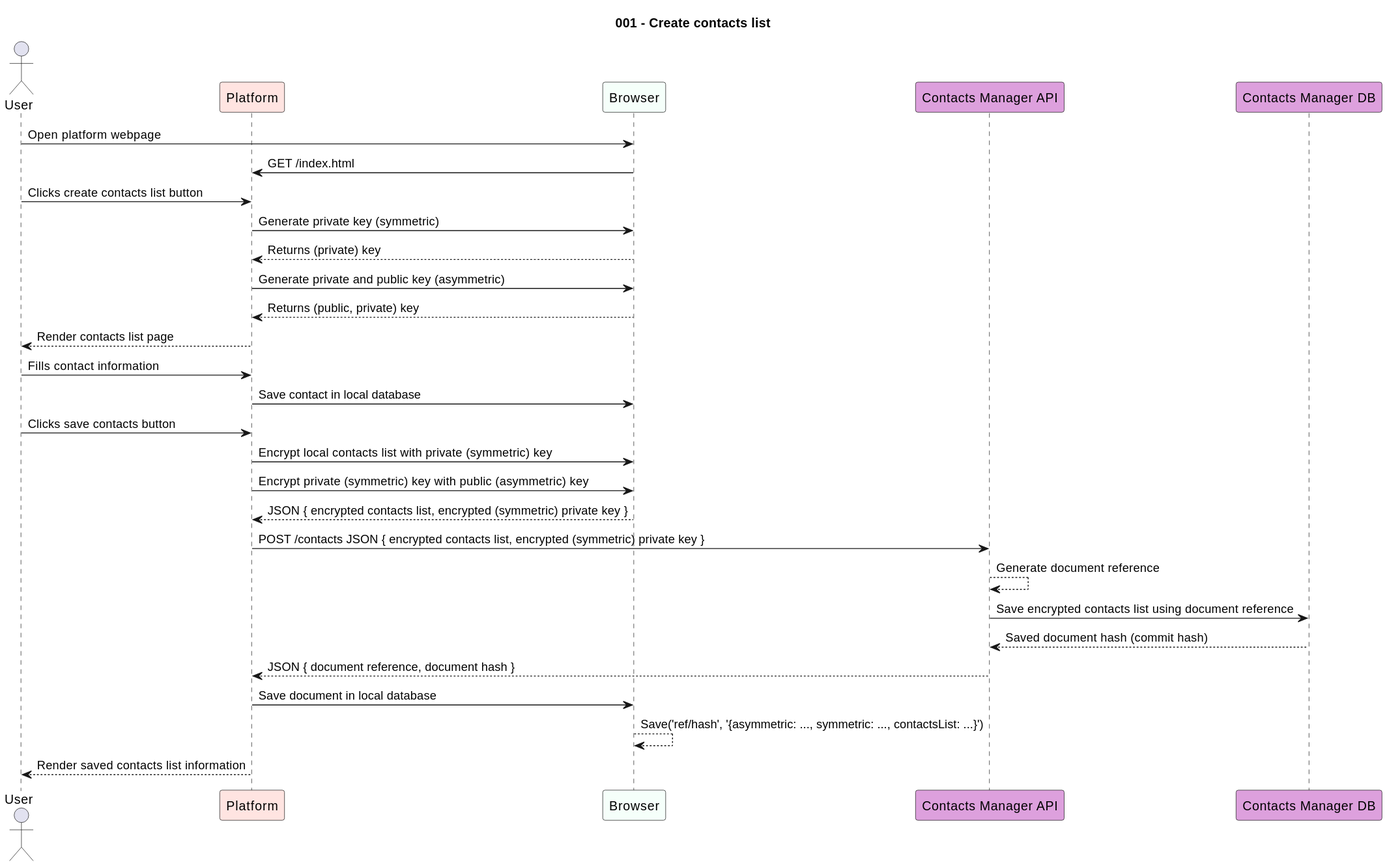
Above: src/usecases/001-create-contacts-list.svg in paginas-secretas/docs (PlantUML), before the change.
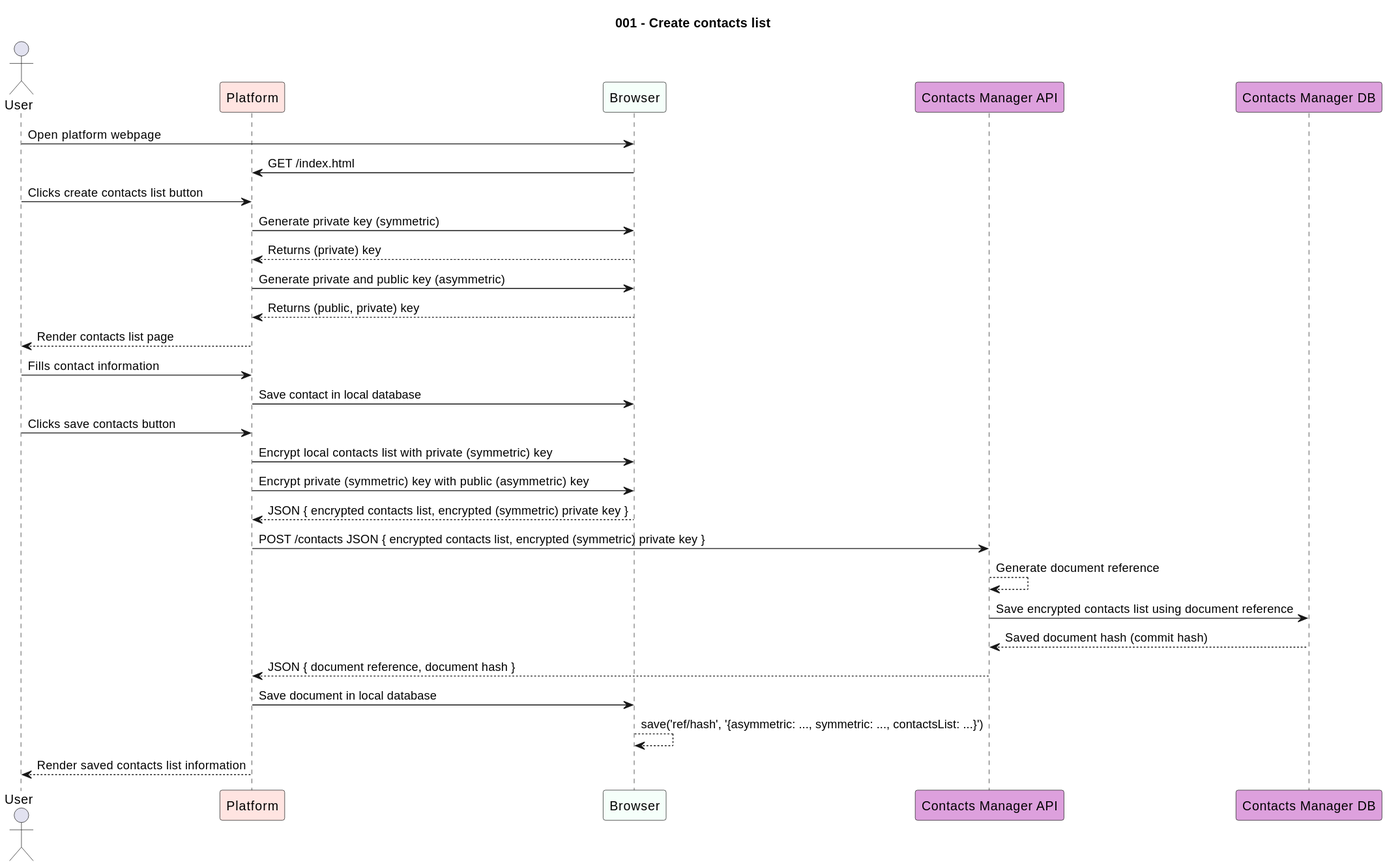
The same diagram one commit later.

Commit message:
docs(usecases): generated svg files

Diff of the diagram source:
```diff
@@ -36,6 +36,6 @@
 CNT --> PL: JSON { document reference, document hash }
 
 PL -> Browser: Save document in local database
-Browser --> Browser: Save('ref/hash', '{asymmetric: ..., symmetric: ..., contactsList: ...}')
+Browser --> Browser: save('ref/hash', '{asymmetric: ..., symmetric: ..., contactsList: ...}')
 PL --> User: Render saved contacts list information
 @enduml
```
